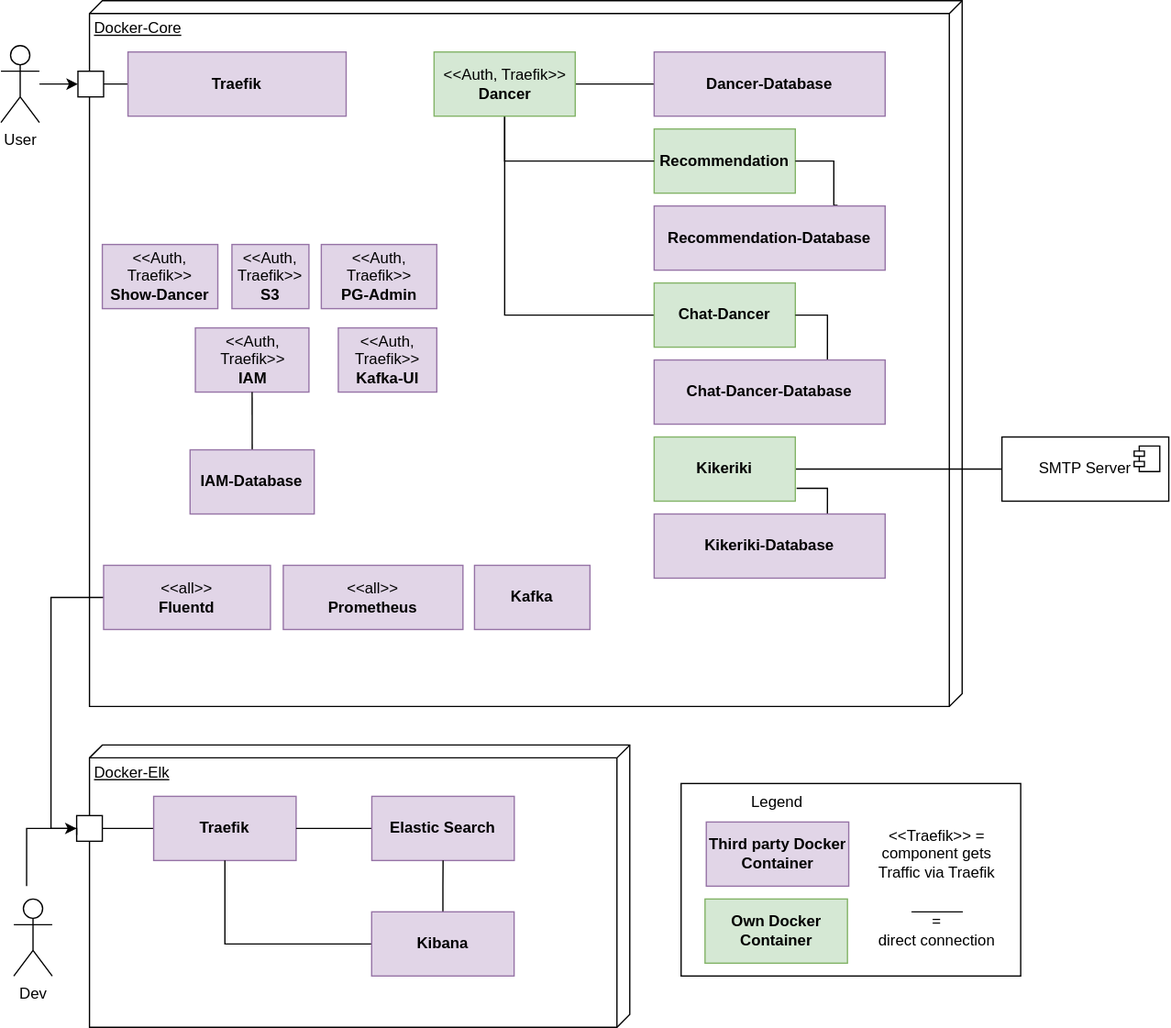
Earlier version of the draw.io export src/main/jbake/content/documentation/arc42/images/deployment.drawio.svg (dancier/documentation). Source tidied: cells renumbered, new cells last; positions are measured from the earlier drawing's top-left corner, leaving out a move shared by most shapes.
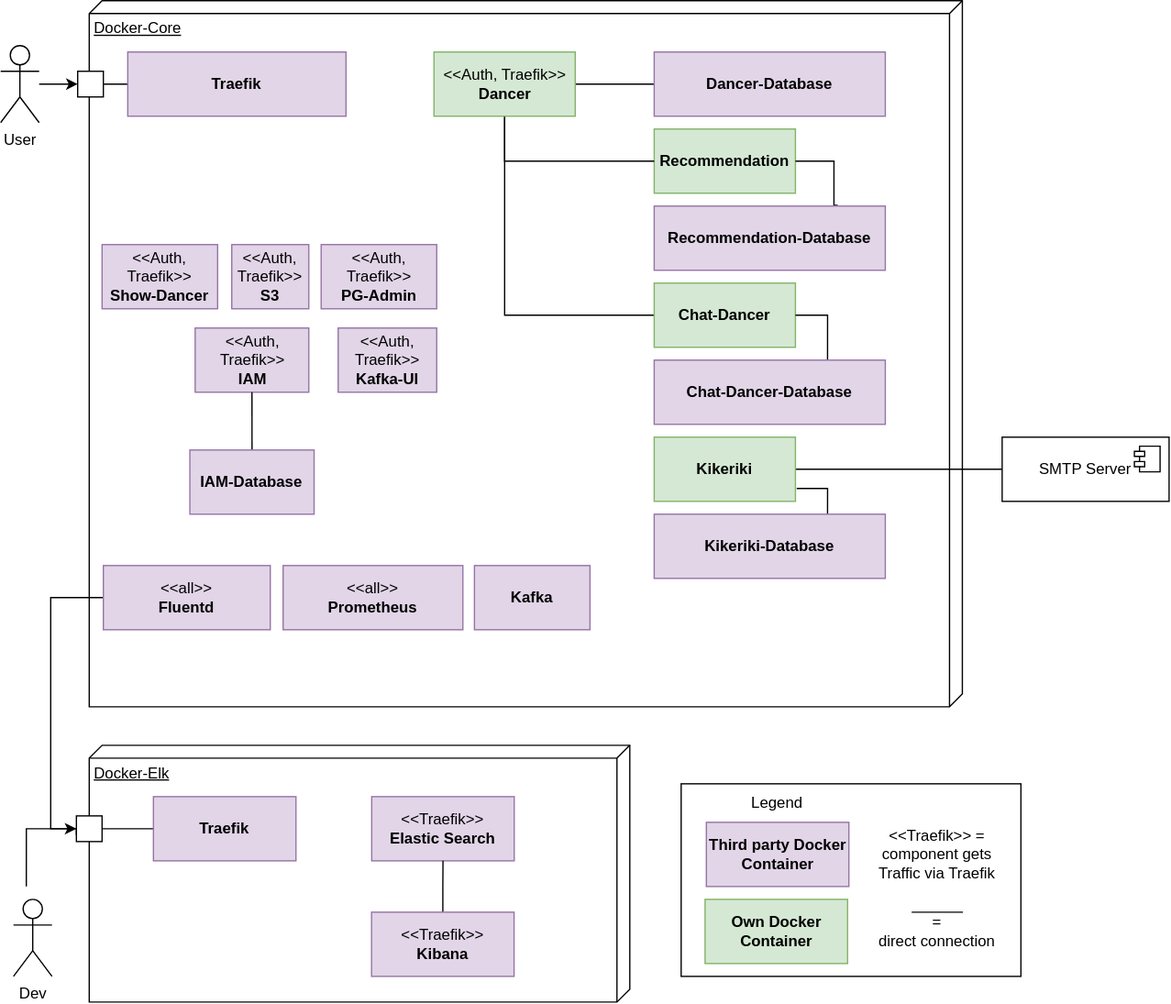
The same file after the commit.

Change to the diagram source:
```diff
@@ -105,7 +105,7 @@
       <mxGeometry x="509" y="280" width="180" height="50" as="geometry" />
     </mxCell>
     <mxCell id="31" value="Docker-Elk" style="verticalAlign=top;align=left;spacingTop=8;spacingLeft=2;spacingRight=12;shape=cube;size=10;direction=south;fontStyle=4;html=1;whiteSpace=wrap;" parent="1" vertex="1">
-      <mxGeometry x="69" y="580" width="421" height="220" as="geometry" />
+      <mxGeometry x="69" y="580" width="421" height="200" as="geometry" />
     </mxCell>
     <mxCell id="32" style="rounded=0;whiteSpace=wrap;html=1;" parent="1" vertex="1">
       <mxGeometry x="60" y="55" width="20" height="20" as="geometry" />
@@ -133,19 +133,13 @@
     <mxCell id="39" style="rounded=0;whiteSpace=wrap;html=1;" parent="1" vertex="1">
       <mxGeometry x="59" y="635" width="20" height="20" as="geometry" />
     </mxCell>
-    <mxCell id="40" style="edgeStyle=orthogonalEdgeStyle;rounded=0;jettySize=auto;html=1;endArrow=none;endFill=0;" parent="1" edge="1" source="41" target="38">
-      <mxGeometry relative="1" as="geometry" />
-    </mxCell>
-    <mxCell id="41" value="&lt;span&gt;Elastic Search&lt;/span&gt;" style="html=1;whiteSpace=wrap;fillColor=#e1d5e7;strokeColor=#9673a6;fontStyle=1;" parent="1" vertex="1">
+    <mxCell id="41" value="&lt;span&gt;&lt;span style=&quot;font-weight: normal;&quot;&gt;&amp;lt;&amp;lt;Traefik&amp;gt;&amp;gt;&lt;/span&gt;&lt;br&gt;Elastic Search&lt;/span&gt;" style="html=1;whiteSpace=wrap;fillColor=#e1d5e7;strokeColor=#9673a6;fontStyle=1;" parent="1" vertex="1">
       <mxGeometry x="289" y="620" width="111" height="50" as="geometry" />
     </mxCell>
-    <mxCell id="42" style="edgeStyle=orthogonalEdgeStyle;rounded=0;jettySize=auto;html=1;endArrow=none;endFill=0;" parent="1" edge="1" source="44" target="38">
-      <mxGeometry relative="1" as="geometry" />
-    </mxCell>
     <mxCell id="43" style="edgeStyle=orthogonalEdgeStyle;rounded=0;jettySize=auto;html=1;endArrow=none;endFill=0;" parent="1" edge="1" source="44" target="41">
       <mxGeometry relative="1" as="geometry" />
     </mxCell>
-    <mxCell id="44" value="&lt;b&gt;Kibana&lt;/b&gt;" style="html=1;whiteSpace=wrap;fillColor=#e1d5e7;strokeColor=#9673a6;" parent="1" vertex="1">
+    <mxCell id="44" value="&amp;lt;&amp;lt;Traefik&amp;gt;&amp;gt;&lt;br&gt;&lt;b&gt;Kibana&lt;/b&gt;" style="html=1;whiteSpace=wrap;fillColor=#e1d5e7;strokeColor=#9673a6;" parent="1" vertex="1">
       <mxGeometry x="288.9" y="710" width="111" height="50" as="geometry" />
     </mxCell>
     <mxCell id="45" style="edgeStyle=orthogonalEdgeStyle;rounded=0;jettySize=auto;html=1;entryX=0;entryY=0.75;entryDx=0;entryDy=0;endArrow=none;endFill=0;" parent="1" edge="1" target="39">
```
